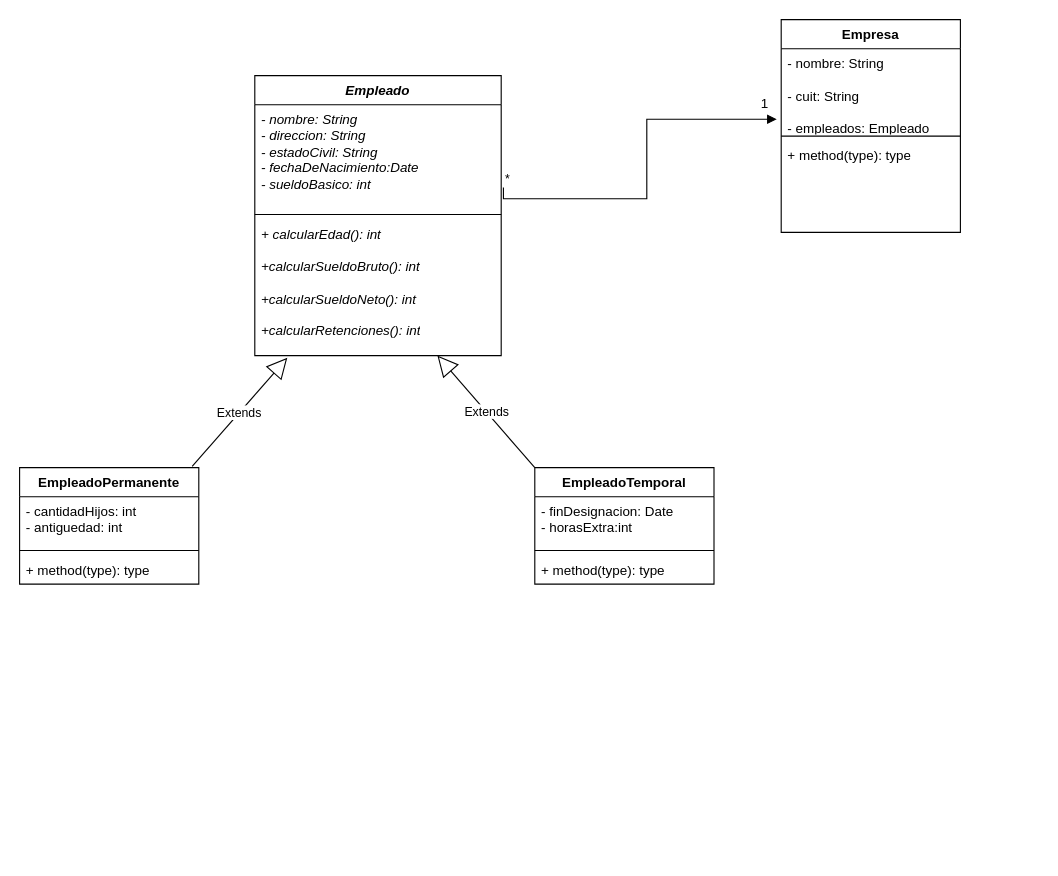
The draw.io diagram src/Ejercicio1.drawio in Medina-Ivan-Angel/unqui-po2-medina, before the edit. Source tidied: cells renumbered, new cells numbered last; positions are measured from the earlier drawing's top-left corner, leaving out a move shared by most shapes. Both pictures are drawn from the tidied source at 112%, with x=0, y=0 at pixel (19, 19).
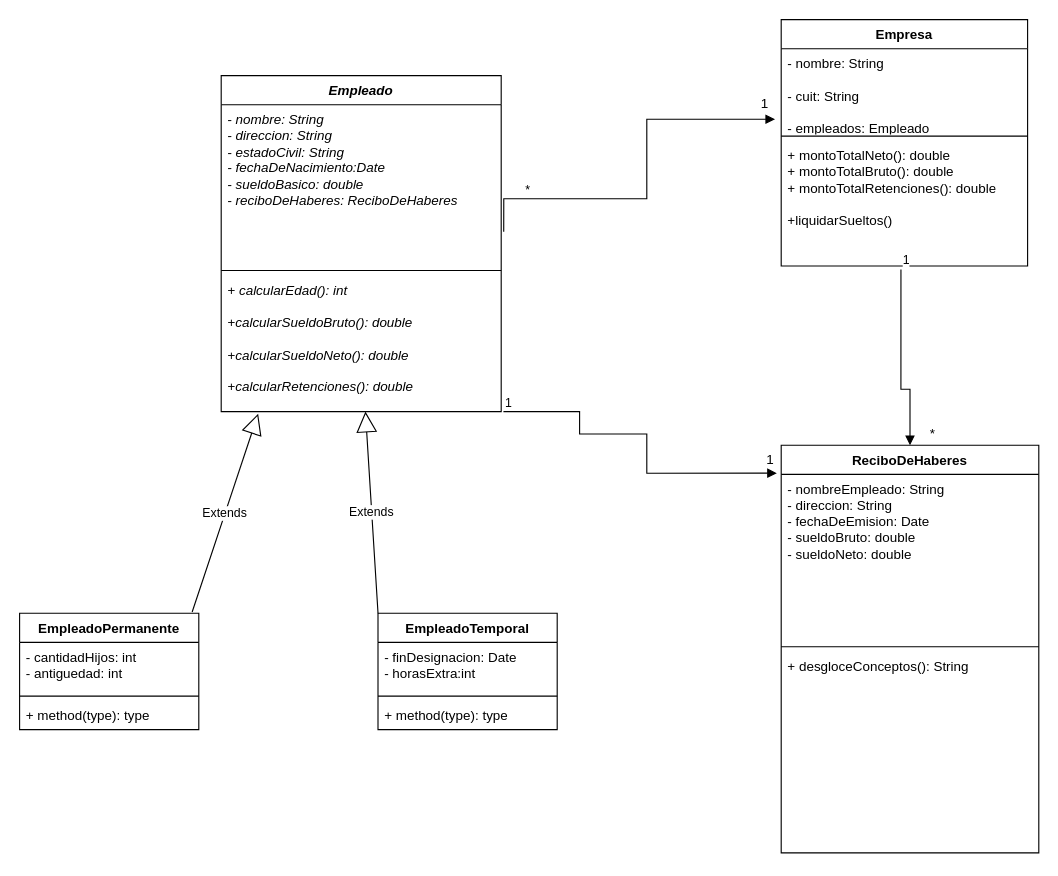
After the change.

Unchanged cells that the change refers to:
```xml
<mxCell id="10" style="endArrow=block;endFill=1;html=1;edgeStyle=orthogonalEdgeStyle;align=left;verticalAlign=top;rounded=0;entryX=-0.025;entryY=0.851;entryDx=0;entryDy=0;entryPerimeter=0;exitX=1.009;exitY=0.787;exitDx=0;exitDy=0;exitPerimeter=0;" parent="1" edge="1" source="7" target="3">
  <mxGeometry x="-1" relative="1" as="geometry">
    <Array as="points">
      <mxPoint x="560" y="160" />
      <mxPoint x="560" y="89" />
    </Array>
  </mxGeometry>
</mxCell>
```

Diff of the diagram source:
```diff
@@
     <mxCell id="2" value="&lt;div&gt;Empresa&lt;/div&gt;&lt;div&gt;&lt;br&gt;&lt;/div&gt;" style="swimlane;fontStyle=1;align=center;verticalAlign=top;horizontal=1;startSize=26;whiteSpace=wrap;html=1;" parent="1" vertex="1">
-      <mxGeometry x="680" width="160" height="190" as="geometry" />
+      <mxGeometry x="680" width="220" height="220" as="geometry" />
     </mxCell>
     <mxCell id="3" value="&lt;div&gt;- nombre: String&lt;/div&gt;&lt;div&gt;&lt;br&gt;&lt;/div&gt;&lt;div&gt;- cuit: String&lt;/div&gt;&lt;div&gt;&lt;br&gt;&lt;/div&gt;&lt;div&gt;- empleados: Empleado&lt;br&gt;&lt;/div&gt;" style="text;strokeColor=none;fillColor=none;align=left;verticalAlign=top;spacingLeft=4;spacingRight=4;overflow=hidden;points=[[0,0.5],[1,0.5]];portConstraint=eastwest;whiteSpace=wrap;html=1;" parent="2" vertex="1">
-      <mxGeometry y="26" width="160" height="74" as="geometry" />
+      <mxGeometry y="26" width="220" height="74" as="geometry" />
     </mxCell>
     <mxCell id="4" style="line;strokeWidth=1;fillColor=none;align=left;verticalAlign=middle;spacingTop=-1;spacingLeft=3;spacingRight=3;labelPosition=right;strokeColor=inherit;" parent="2" vertex="1">
-      <mxGeometry y="100" width="160" height="8" as="geometry" />
+      <mxGeometry y="100" width="220" height="8" as="geometry" />
     </mxCell>
-    <mxCell id="5" value="+ method(type): type" style="text;strokeColor=none;fillColor=none;align=left;verticalAlign=top;spacingLeft=4;spacingRight=4;overflow=hidden;points=[[0,0.5],[1,0.5]];portConstraint=eastwest;whiteSpace=wrap;html=1;" parent="2" vertex="1">
-      <mxGeometry y="108" width="160" height="82" as="geometry" />
+    <mxCell id="5" value="&lt;div&gt;+ montoTotalNeto(): double&lt;/div&gt;&lt;div&gt;+ montoTotalBruto(): double&lt;/div&gt;&lt;div&gt;+ montoTotalRetenciones(): double&lt;br&gt;&lt;/div&gt;&lt;div&gt;&lt;br&gt;&lt;/div&gt;&lt;div&gt;+liquidarSueltos()&lt;br&gt;&lt;/div&gt;" style="text;strokeColor=none;fillColor=none;align=left;verticalAlign=top;spacingLeft=4;spacingRight=4;overflow=hidden;points=[[0,0.5],[1,0.5]];portConstraint=eastwest;whiteSpace=wrap;html=1;" parent="2" vertex="1">
+      <mxGeometry y="108" width="220" height="112" as="geometry" />
     </mxCell>
     <mxCell id="6" value="&lt;i&gt;Empleado&lt;/i&gt;" style="swimlane;fontStyle=1;align=center;verticalAlign=top;horizontal=1;startSize=26;whiteSpace=wrap;html=1;" parent="1" vertex="1">
-      <mxGeometry x="210" y="50" width="220" height="250" as="geometry" />
+      <mxGeometry x="180" y="50" width="250" height="300" as="geometry" />
     </mxCell>
-    <mxCell id="7" value="&lt;div&gt;&lt;i&gt;- nombre: String&lt;/i&gt;&lt;/div&gt;&lt;div&gt;&lt;i&gt;- direccion: String&lt;/i&gt;&lt;/div&gt;&lt;div&gt;&lt;i&gt;- estadoCivil: String&lt;br&gt;&lt;/i&gt;&lt;/div&gt;&lt;div&gt;&lt;i&gt;- fechaDeNacimiento:Date&lt;/i&gt;&lt;/div&gt;&lt;div&gt;&lt;i&gt;- sueldoBasico: int&lt;br&gt;&lt;/i&gt;&lt;/div&gt;" style="text;strokeColor=none;fillColor=none;align=left;verticalAlign=top;spacingLeft=4;spacingRight=4;overflow=hidden;points=[[0,0.5],[1,0.5]];portConstraint=eastwest;whiteSpace=wrap;html=1;" parent="6" vertex="1">
-      <mxGeometry y="26" width="220" height="94" as="geometry" />
+    <mxCell id="7" value="&lt;div&gt;&lt;i&gt;- nombre: String&lt;/i&gt;&lt;/div&gt;&lt;div&gt;&lt;i&gt;- direccion: String&lt;/i&gt;&lt;/div&gt;&lt;div&gt;&lt;i&gt;- estadoCivil: String&lt;br&gt;&lt;/i&gt;&lt;/div&gt;&lt;div&gt;&lt;i&gt;- fechaDeNacimiento:Date&lt;/i&gt;&lt;/div&gt;&lt;div&gt;&lt;i&gt;- sueldoBasico: double&lt;br&gt;&lt;/i&gt;&lt;/div&gt;&lt;div&gt;&lt;i&gt;- reciboDeHaberes: ReciboDeHaberes&lt;br&gt;&lt;/i&gt;&lt;/div&gt;" style="text;strokeColor=none;fillColor=none;align=left;verticalAlign=top;spacingLeft=4;spacingRight=4;overflow=hidden;points=[[0,0.5],[1,0.5]];portConstraint=eastwest;whiteSpace=wrap;html=1;" parent="6" vertex="1">
+      <mxGeometry y="26" width="250" height="144" as="geometry" />
     </mxCell>
     <mxCell id="8" style="line;strokeWidth=1;fillColor=none;align=left;verticalAlign=middle;spacingTop=-1;spacingLeft=3;spacingRight=3;labelPosition=right;strokeColor=inherit;" parent="6" vertex="1">
-      <mxGeometry y="120" width="220" height="8" as="geometry" />
+      <mxGeometry y="170" width="250" height="8" as="geometry" />
     </mxCell>
-    <mxCell id="9" value="&lt;div&gt;&lt;i&gt;+ calcularEdad(): int&lt;/i&gt;&lt;/div&gt;&lt;div&gt;&lt;i&gt;&lt;br&gt;&lt;/i&gt;&lt;/div&gt;&lt;div&gt;&lt;i&gt;+calcularSueldoBruto(): int&lt;/i&gt;&lt;/div&gt;&lt;div&gt;&lt;i&gt;&lt;br&gt;&lt;/i&gt;&lt;/div&gt;&lt;div&gt;&lt;i&gt;+calcularSueldoNeto(): int&lt;/i&gt;&lt;/div&gt;&lt;div&gt;&lt;i&gt;&lt;br&gt;&lt;/i&gt;&lt;/div&gt;&lt;div&gt;&lt;i&gt;+calcularRetenciones(): int&lt;/i&gt;&lt;br&gt;&lt;/div&gt;&lt;div&gt;&lt;br&gt;&lt;/div&gt;" style="text;strokeColor=none;fillColor=none;align=left;verticalAlign=top;spacingLeft=4;spacingRight=4;overflow=hidden;points=[[0,0.5],[1,0.5]];portConstraint=eastwest;whiteSpace=wrap;html=1;" parent="6" vertex="1">
-      <mxGeometry y="128" width="220" height="122" as="geometry" />
+    <mxCell id="9" value="&lt;div&gt;&lt;i&gt;+ calcularEdad(): int&lt;/i&gt;&lt;/div&gt;&lt;div&gt;&lt;i&gt;&lt;br&gt;&lt;/i&gt;&lt;/div&gt;&lt;div&gt;&lt;i&gt;+calcularSueldoBruto(): double&lt;/i&gt;&lt;/div&gt;&lt;div&gt;&lt;i&gt;&lt;br&gt;&lt;/i&gt;&lt;/div&gt;&lt;div&gt;&lt;i&gt;+calcularSueldoNeto(): double&lt;br&gt;&lt;/i&gt;&lt;/div&gt;&lt;div&gt;&lt;i&gt;&lt;br&gt;&lt;/i&gt;&lt;/div&gt;&lt;div&gt;&lt;i&gt;+calcularRetenciones(): double&lt;/i&gt;&lt;br&gt;&lt;/div&gt;&lt;div&gt;&lt;br&gt;&lt;/div&gt;" style="text;strokeColor=none;fillColor=none;align=left;verticalAlign=top;spacingLeft=4;spacingRight=4;overflow=hidden;points=[[0,0.5],[1,0.5]];portConstraint=eastwest;whiteSpace=wrap;html=1;" parent="6" vertex="1">
+      <mxGeometry y="178" width="250" height="122" as="geometry" />
     </mxCell>
@@
     <mxCell id="11" value="*" style="edgeLabel;html=1;align=left;verticalAlign=bottom;" parent="10" vertex="1">
-      <mxGeometry x="-1" relative="1" as="geometry" />
+      <mxGeometry x="-1" relative="1" as="geometry">
+        <mxPoint x="18" y="-29" as="offset" />
+      </mxGeometry>
     </mxCell>
@@
     <mxCell id="13" value="&lt;div&gt;EmpleadoPermanente&lt;/div&gt;&lt;div&gt;&lt;br&gt;&lt;/div&gt;" style="swimlane;fontStyle=1;align=center;verticalAlign=top;horizontal=1;startSize=26;whiteSpace=wrap;html=1;" parent="1" vertex="1">
-      <mxGeometry y="400" width="160" height="104" as="geometry" />
+      <mxGeometry y="530" width="160" height="104" as="geometry" />
     </mxCell>
@@
     <mxCell id="17" value="&lt;div&gt;EmpleadoTemporal&lt;/div&gt;&lt;div&gt;&lt;br&gt;&lt;/div&gt;&lt;div&gt;&lt;br&gt;&lt;/div&gt;" style="swimlane;fontStyle=1;align=center;verticalAlign=top;horizontal=1;startSize=26;whiteSpace=wrap;html=1;" parent="1" vertex="1">
-      <mxGeometry x="460" y="400" width="160" height="104" as="geometry" />
+      <mxGeometry x="320" y="530" width="160" height="104" as="geometry" />
     </mxCell>
@@
+    <mxCell id="23" value="ReciboDeHaberes" style="swimlane;fontStyle=1;align=center;verticalAlign=top;horizontal=1;startSize=26;whiteSpace=wrap;html=1;" parent="1" vertex="1">
+      <mxGeometry x="680" y="380" width="230" height="364" as="geometry" />
+    </mxCell>
+    <mxCell id="24" value="&lt;div&gt;- nombreEmpleado: String&lt;/div&gt;&lt;div&gt;- direccion: String&lt;/div&gt;&lt;div&gt;- fechaDeEmision: Date&lt;/div&gt;&lt;div&gt;- sueldoBruto: double&lt;/div&gt;&lt;div&gt;- sueldoNeto: double&lt;/div&gt;&lt;div&gt;&lt;br&gt;&lt;/div&gt;" style="text;strokeColor=none;fillColor=none;align=left;verticalAlign=top;spacingLeft=4;spacingRight=4;overflow=hidden;points=[[0,0.5],[1,0.5]];portConstraint=eastwest;whiteSpace=wrap;html=1;" parent="23" vertex="1">
+      <mxGeometry y="26" width="230" height="150" as="geometry" />
+    </mxCell>
+    <mxCell id="25" style="line;strokeWidth=1;fillColor=none;align=left;verticalAlign=middle;spacingTop=-1;spacingLeft=3;spacingRight=3;labelPosition=right;strokeColor=inherit;" parent="23" vertex="1">
+      <mxGeometry y="176" width="230" height="8" as="geometry" />
+    </mxCell>
+    <mxCell id="26" value="+ desgloceConceptos(): String" style="text;strokeColor=none;fillColor=none;align=left;verticalAlign=top;spacingLeft=4;spacingRight=4;overflow=hidden;whiteSpace=wrap;html=1;" parent="23" vertex="1">
+      <mxGeometry y="184" width="230" height="180" as="geometry" />
+    </mxCell>
+    <mxCell id="27" style="endArrow=block;endFill=1;html=1;edgeStyle=orthogonalEdgeStyle;align=left;verticalAlign=top;rounded=0;exitX=1.008;exitY=1;exitDx=0;exitDy=0;exitPerimeter=0;entryX=-0.017;entryY=-0.007;entryDx=0;entryDy=0;entryPerimeter=0;" parent="1" edge="1" source="9" target="24">
+      <mxGeometry x="-1" relative="1" as="geometry">
+        <Array as="points">
+          <mxPoint x="500" y="350" />
+          <mxPoint x="500" y="370" />
+          <mxPoint x="560" y="370" />
+          <mxPoint x="560" y="405" />
+        </Array>
+      </mxGeometry>
+    </mxCell>
+    <mxCell id="28" value="1" style="edgeLabel;html=1;align=left;verticalAlign=bottom;" parent="27" vertex="1">
+      <mxGeometry x="-1" relative="1" as="geometry" />
+    </mxCell>
+    <mxCell id="29" value="1" style="text;html=1;align=center;verticalAlign=middle;strokeColor=none;fillColor=none;" parent="1" vertex="1">
+      <mxGeometry x="655" y="378" width="30" height="30" as="geometry" />
+    </mxCell>
+    <mxCell id="30" style="endArrow=block;endFill=1;html=1;edgeStyle=orthogonalEdgeStyle;align=left;verticalAlign=top;rounded=0;exitX=0.486;exitY=1.027;exitDx=0;exitDy=0;exitPerimeter=0;entryX=0.5;entryY=0;entryDx=0;entryDy=0;" parent="1" edge="1" source="5" target="23">
+      <mxGeometry x="-1" relative="1" as="geometry">
+        <Array as="points">
+          <mxPoint x="787" y="330" />
+          <mxPoint x="795" y="330" />
+        </Array>
+      </mxGeometry>
+    </mxCell>
+    <mxCell id="31" value="1" style="edgeLabel;html=1;align=left;verticalAlign=bottom;" parent="30" vertex="1">
+      <mxGeometry x="-1" relative="1" as="geometry" />
+    </mxCell>
+    <mxCell id="32" value="*" style="text;html=1;align=center;verticalAlign=middle;strokeColor=none;fillColor=none;" parent="1" vertex="1">
+      <mxGeometry x="800" y="355" width="30" height="30" as="geometry" />
+    </mxCell>
```
